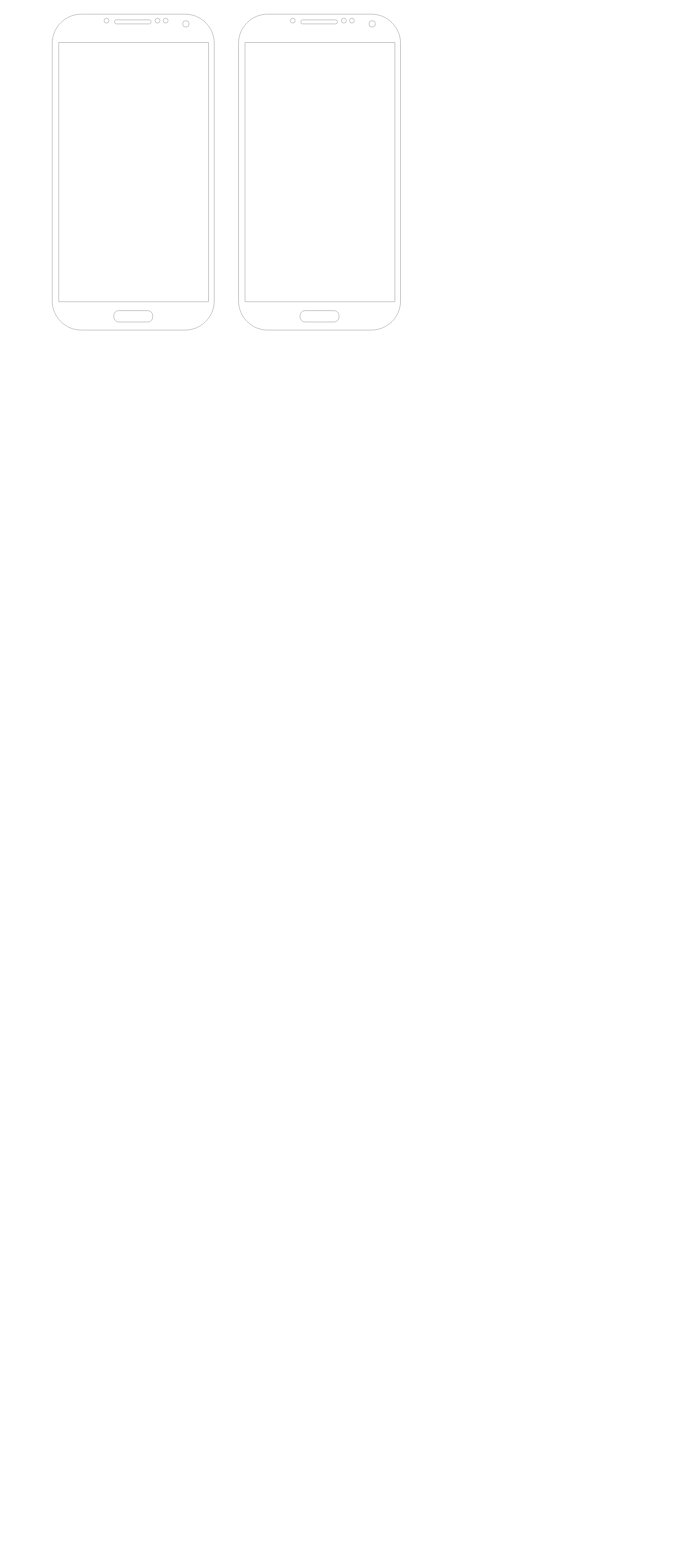
Earlier version of the draw.io diagram Untitled Diagram.drawio (MURABIT-PASHA/MURABIT-PASHA). Source tidied: cells renumbered, new cells numbered last; positions are measured from the earlier drawing's top-left corner, leaving out a move shared by most shapes. Both pictures are drawn from the tidied source at 81%, with x=0, y=0 at pixel (52, 14).
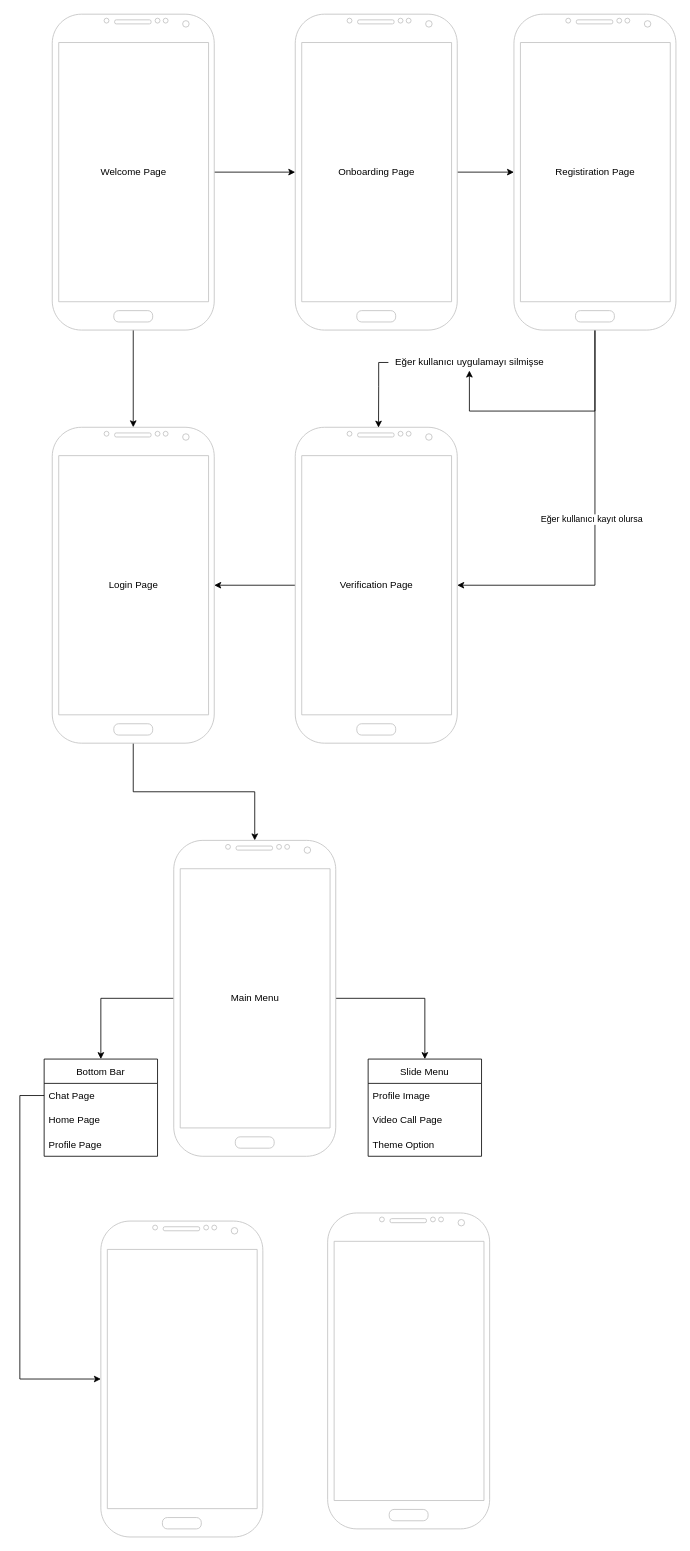
The same diagram, later.

Unchanged cells that the change refers to:
```xml
<mxCell id="2" style="verticalLabelPosition=bottom;verticalAlign=top;html=1;shadow=0;dashed=0;strokeWidth=1;shape=mxgraph.android.phone2;strokeColor=#c0c0c0;" parent="1" vertex="1">
  <mxGeometry width="200" height="390" as="geometry" />
</mxCell>
```

Diff of the diagram source:
```diff
@@
+    <mxCell id="4" style="edgeStyle=orthogonalEdgeStyle;rounded=0;jettySize=auto;html=1;" parent="1" edge="1" source="2" target="3">
+      <mxGeometry relative="1" as="geometry" />
+    </mxCell>
+    <mxCell id="5" style="edgeStyle=orthogonalEdgeStyle;rounded=0;jettySize=auto;html=1;" parent="1" edge="1" source="2" target="19">
+      <mxGeometry relative="1" as="geometry" />
+    </mxCell>
@@
+    <mxCell id="6" style="edgeStyle=orthogonalEdgeStyle;rounded=0;jettySize=auto;html=1;" parent="1" edge="1" source="3" target="10">
+      <mxGeometry relative="1" as="geometry" />
+    </mxCell>
     <mxCell id="3" style="verticalLabelPosition=bottom;verticalAlign=top;html=1;shadow=0;dashed=0;strokeWidth=1;shape=mxgraph.android.phone2;strokeColor=#c0c0c0;" parent="1" vertex="1">
-      <mxGeometry x="230" width="200" height="390" as="geometry" />
+      <mxGeometry x="300" width="200" height="390" as="geometry" />
     </mxCell>
+    <mxCell id="7" style="edgeStyle=orthogonalEdgeStyle;rounded=0;jettySize=auto;html=1;" parent="1" edge="1" source="10" target="17">
+      <mxGeometry relative="1" as="geometry">
+        <Array as="points">
+          <mxPoint x="670" y="490" />
+        </Array>
+      </mxGeometry>
+    </mxCell>
+    <mxCell id="8" style="edgeStyle=orthogonalEdgeStyle;rounded=0;jettySize=auto;html=1;" parent="1" edge="1" source="10" target="12">
+      <mxGeometry relative="1" as="geometry">
+        <Array as="points">
+          <mxPoint x="670" y="705" />
+        </Array>
+      </mxGeometry>
+    </mxCell>
+    <mxCell id="9" value="Eğer kullanıcı kayıt olursa" style="edgeLabel;html=1;align=center;verticalAlign=middle;" parent="8" vertex="1">
+      <mxGeometry x="-0.04" y="-5" relative="1" as="geometry" />
+    </mxCell>
+    <mxCell id="10" style="verticalLabelPosition=bottom;verticalAlign=top;html=1;shadow=0;dashed=0;strokeWidth=1;shape=mxgraph.android.phone2;strokeColor=#c0c0c0;" parent="1" vertex="1">
+      <mxGeometry x="570" width="200" height="390" as="geometry" />
+    </mxCell>
+    <mxCell id="11" style="edgeStyle=orthogonalEdgeStyle;rounded=0;jettySize=auto;html=1;" parent="1" edge="1" source="12" target="19">
+      <mxGeometry relative="1" as="geometry" />
+    </mxCell>
+    <mxCell id="12" style="verticalLabelPosition=bottom;verticalAlign=top;html=1;shadow=0;dashed=0;strokeWidth=1;shape=mxgraph.android.phone2;strokeColor=#c0c0c0;" parent="1" vertex="1">
+      <mxGeometry x="300" y="510" width="200" height="390" as="geometry" />
+    </mxCell>
+    <mxCell id="13" value="Welcome Page" style="text;html=1;align=center;verticalAlign=middle;strokeColor=none;fillColor=none;" parent="1" vertex="1">
+      <mxGeometry x="50" y="185" width="100" height="20" as="geometry" />
+    </mxCell>
+    <mxCell id="14" value="Onboarding Page" style="text;html=1;align=center;verticalAlign=middle;strokeColor=none;fillColor=none;" parent="1" vertex="1">
+      <mxGeometry x="345" y="185" width="110" height="20" as="geometry" />
+    </mxCell>
+    <mxCell id="15" value="Registiration Page" style="text;html=1;align=center;verticalAlign=middle;strokeColor=none;fillColor=none;" parent="1" vertex="1">
+      <mxGeometry x="615" y="185" width="110" height="20" as="geometry" />
+    </mxCell>
+    <mxCell id="16" style="edgeStyle=orthogonalEdgeStyle;rounded=0;jettySize=auto;html=1;entryX=0.514;entryY=0.001;entryDx=0;entryDy=0;entryPerimeter=0;" parent="1" edge="1" source="17" target="12">
+      <mxGeometry relative="1" as="geometry">
+        <Array as="points">
+          <mxPoint x="403" y="460" />
+          <mxPoint x="403" y="460" />
+        </Array>
+      </mxGeometry>
+    </mxCell>
+    <mxCell id="17" value="Eğer kullanıcı uygulamayı silmişse" style="text;html=1;align=center;verticalAlign=middle;points=[];strokeColor=none;fillColor=none;" parent="1" vertex="1">
+      <mxGeometry x="415" y="420" width="200" height="20" as="geometry" />
+    </mxCell>
+    <mxCell id="18" style="edgeStyle=orthogonalEdgeStyle;rounded=0;jettySize=auto;html=1;" parent="1" edge="1" source="19" target="24">
+      <mxGeometry relative="1" as="geometry" />
+    </mxCell>
+    <mxCell id="19" style="verticalLabelPosition=bottom;verticalAlign=top;html=1;shadow=0;dashed=0;strokeWidth=1;shape=mxgraph.android.phone2;strokeColor=#c0c0c0;" parent="1" vertex="1">
+      <mxGeometry y="510" width="200" height="390" as="geometry" />
+    </mxCell>
+    <mxCell id="20" value="Login Page" style="text;html=1;align=center;verticalAlign=middle;strokeColor=none;fillColor=none;" parent="1" vertex="1">
+      <mxGeometry x="60" y="695" width="80" height="20" as="geometry" />
+    </mxCell>
+    <mxCell id="21" value="Verification Page" style="text;html=1;align=center;verticalAlign=middle;strokeColor=none;fillColor=none;" parent="1" vertex="1">
+      <mxGeometry x="345" y="695" width="110" height="20" as="geometry" />
+    </mxCell>
+    <mxCell id="22" style="edgeStyle=orthogonalEdgeStyle;rounded=0;jettySize=auto;html=1;entryX=0.5;entryY=0;entryDx=0;entryDy=0;" parent="1" edge="1" source="24" target="26">
+      <mxGeometry relative="1" as="geometry" />
+    </mxCell>
+    <mxCell id="23" style="edgeStyle=orthogonalEdgeStyle;rounded=0;jettySize=auto;html=1;entryX=0.5;entryY=0;entryDx=0;entryDy=0;" parent="1" edge="1" source="24" target="30">
+      <mxGeometry relative="1" as="geometry" />
+    </mxCell>
+    <mxCell id="24" style="verticalLabelPosition=bottom;verticalAlign=top;html=1;shadow=0;dashed=0;strokeWidth=1;shape=mxgraph.android.phone2;strokeColor=#c0c0c0;" parent="1" vertex="1">
+      <mxGeometry x="150" y="1020" width="200" height="390" as="geometry" />
+    </mxCell>
+    <mxCell id="25" value="Main Menu" style="text;html=1;align=center;verticalAlign=middle;strokeColor=none;fillColor=none;" parent="1" vertex="1">
+      <mxGeometry x="215" y="1205" width="70" height="20" as="geometry" />
+    </mxCell>
+    <mxCell id="26" value="Bottom Bar" style="swimlane;fontStyle=0;horizontal=1;startSize=30;" parent="1" vertex="1">
+      <mxGeometry x="-10" y="1290" width="140" height="120" as="geometry" />
+    </mxCell>
+    <mxCell id="27" value="Chat Page" style="text;strokeColor=none;fillColor=none;align=left;verticalAlign=middle;spacingLeft=4;spacingRight=4;overflow=hidden;points=[[0,0.5],[1,0.5]];portConstraint=eastwest;" parent="26" vertex="1">
+      <mxGeometry y="30" width="140" height="30" as="geometry" />
+    </mxCell>
+    <mxCell id="28" value="Home Page" style="text;strokeColor=none;fillColor=none;align=left;verticalAlign=middle;spacingLeft=4;spacingRight=4;overflow=hidden;" parent="26" vertex="1">
+      <mxGeometry y="60" width="140" height="30" as="geometry" />
+    </mxCell>
+    <mxCell id="29" value="Profile Page" style="text;strokeColor=none;fillColor=none;align=left;verticalAlign=middle;spacingLeft=4;spacingRight=4;overflow=hidden;" parent="26" vertex="1">
+      <mxGeometry y="90" width="140" height="30" as="geometry" />
+    </mxCell>
+    <mxCell id="30" value="Slide Menu" style="swimlane;fontStyle=0;horizontal=1;startSize=30;" parent="1" vertex="1">
+      <mxGeometry x="390" y="1290" width="140" height="120" as="geometry" />
+    </mxCell>
+    <mxCell id="31" value="Profile Image" style="text;strokeColor=none;fillColor=none;align=left;verticalAlign=middle;spacingLeft=4;spacingRight=4;overflow=hidden;" parent="30" vertex="1">
+      <mxGeometry y="30" width="140" height="30" as="geometry" />
+    </mxCell>
+    <mxCell id="32" value="Video Call Page" style="text;strokeColor=none;fillColor=none;align=left;verticalAlign=middle;spacingLeft=4;spacingRight=4;overflow=hidden;" parent="30" vertex="1">
+      <mxGeometry y="60" width="140" height="30" as="geometry" />
+    </mxCell>
+    <mxCell id="33" value="Theme Option" style="text;strokeColor=none;fillColor=none;align=left;verticalAlign=middle;spacingLeft=4;spacingRight=4;overflow=hidden;" parent="30" vertex="1">
+      <mxGeometry y="90" width="140" height="30" as="geometry" />
+    </mxCell>
+    <mxCell id="34" style="verticalLabelPosition=bottom;verticalAlign=top;html=1;shadow=0;dashed=0;strokeWidth=1;shape=mxgraph.android.phone2;strokeColor=#c0c0c0;" parent="1" vertex="1">
+      <mxGeometry x="60" y="1490" width="200" height="390" as="geometry" />
+    </mxCell>
+    <mxCell id="35" style="edgeStyle=orthogonalEdgeStyle;rounded=0;jettySize=auto;html=1;" parent="1" edge="1" source="27" target="34">
+      <mxGeometry relative="1" as="geometry">
+        <Array as="points">
+          <mxPoint x="-40" y="1335" />
+          <mxPoint x="-40" y="1685" />
+        </Array>
+      </mxGeometry>
+    </mxCell>
+    <mxCell id="36" style="verticalLabelPosition=bottom;verticalAlign=top;html=1;shadow=0;dashed=0;strokeWidth=1;shape=mxgraph.android.phone2;strokeColor=#c0c0c0;" parent="1" vertex="1">
+      <mxGeometry x="340" y="1480" width="200" height="390" as="geometry" />
+    </mxCell>
```
